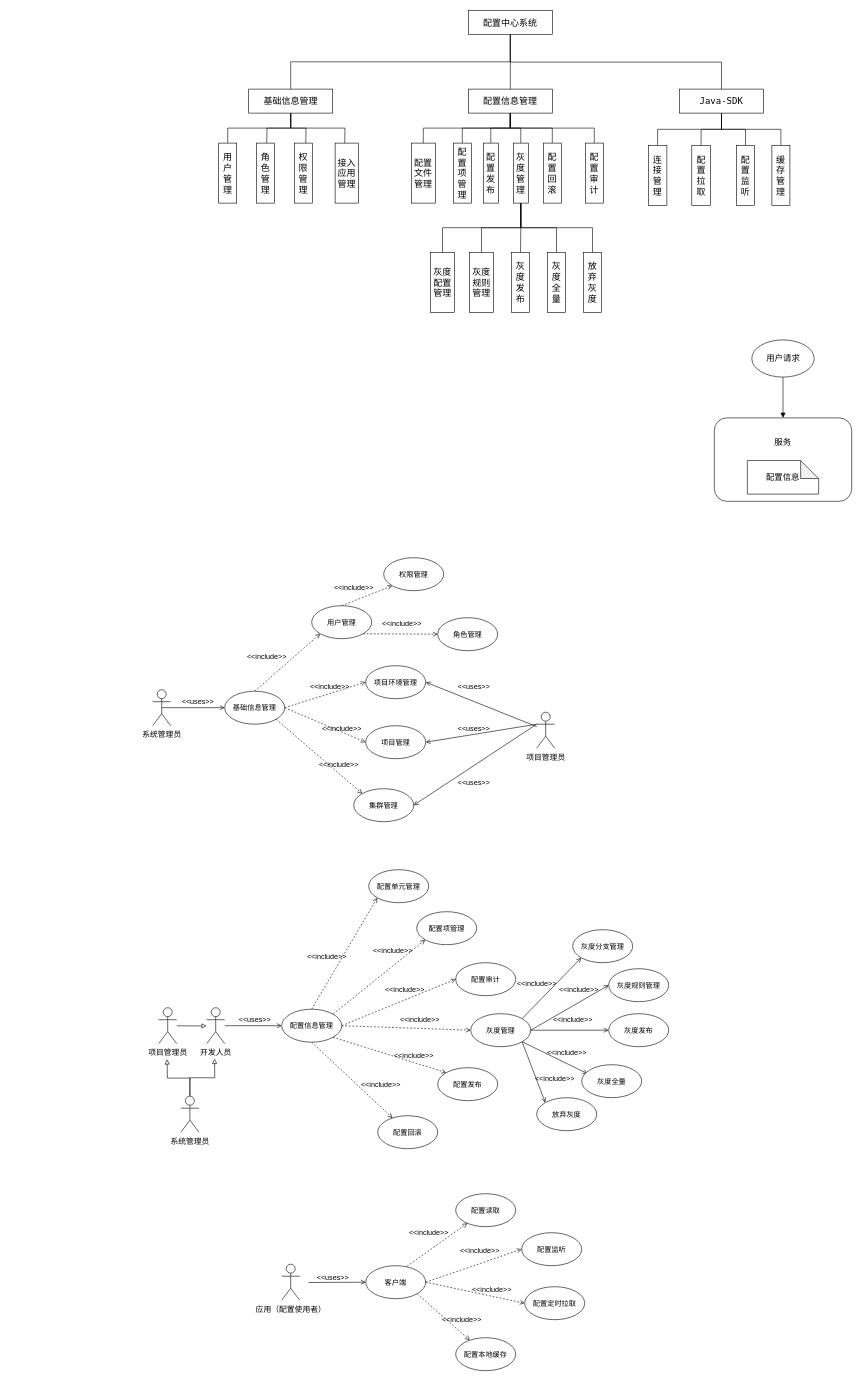
WWj5921/ConfigCenter keeps this draw.io diagram as page "用例图" (10 of 13) of Untitled Diagram.drawio. Above is the earlier version. Source tidied: cells renumbered, new cells numbered last; positions are measured from the earlier drawing's top-left corner, leaving out a move shared by most shapes. Both pictures are drawn from the tidied source at 60%, with x=0, y=0 at pixel (152, 10).
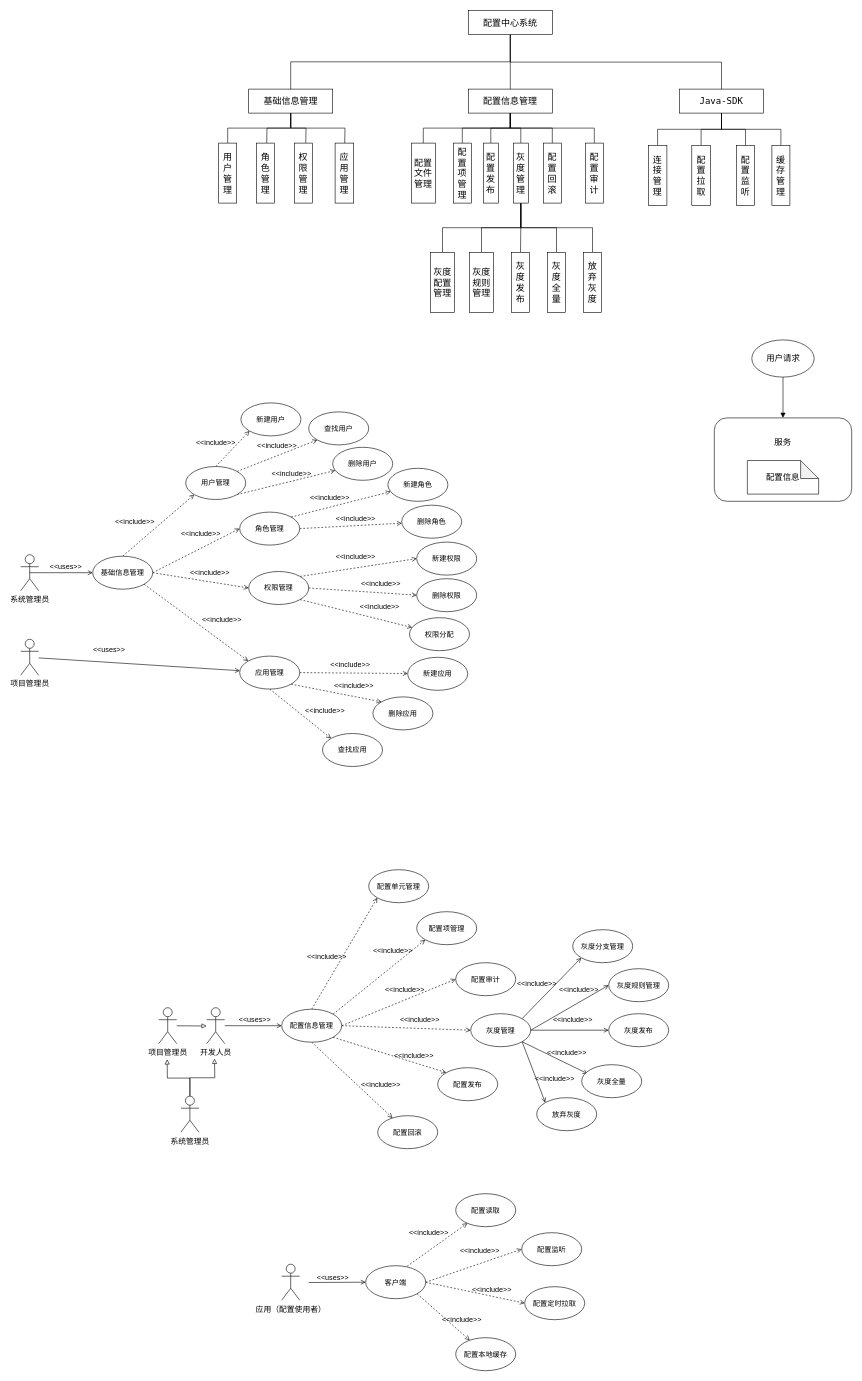
After the change.

Change to the diagram source:
```diff
@@
     <mxCell id="3" value="系统管理员" style="shape=umlActor;verticalLabelPosition=bottom;verticalAlign=top;html=1;fontSize=13;fontColor=#000000;" parent="1" vertex="1">
-      <mxGeometry y="1132" width="30" height="60" as="geometry" />
+      <mxGeometry x="-220" y="907" width="30" height="60" as="geometry" />
     </mxCell>
@@
     <mxCell id="8" value="基础信息管理" style="ellipse;whiteSpace=wrap;html=1;" parent="1" vertex="1">
-      <mxGeometry x="120" y="1134.5" width="100" height="55" as="geometry" />
+      <mxGeometry x="-100" y="909.5" width="100" height="55" as="geometry" />
     </mxCell>
     <mxCell id="9" value="&amp;lt;&amp;lt;uses&amp;gt;&amp;gt;" style="text;html=1;align=center;verticalAlign=middle;strokeColor=none;fillColor=none;" parent="1" vertex="1">
-      <mxGeometry x="40" y="1142" width="70" height="20" as="geometry" />
+      <mxGeometry x="-180" y="917" width="70" height="20" as="geometry" />
     </mxCell>
@@
+    <mxCell id="139" style="edgeStyle=none;rounded=0;jettySize=auto;html=1;exitX=1;exitY=0;exitDx=0;exitDy=0;entryX=0;entryY=1;entryDx=0;entryDy=0;dashed=1;fontSize=17;startArrow=none;startFill=0;endArrow=open;endFill=0;endSize=6;strokeWidth=1;" parent="1" edge="1" source="12" target="154">
+      <mxGeometry relative="1" as="geometry" />
+    </mxCell>
     <mxCell id="12" value="用户管理" style="ellipse;whiteSpace=wrap;html=1;" parent="1" vertex="1">
-      <mxGeometry x="265" y="992" width="100" height="55" as="geometry" />
+      <mxGeometry x="55" y="760" width="100" height="55" as="geometry" />
     </mxCell>
+    <mxCell id="140" style="edgeStyle=none;rounded=0;jettySize=auto;html=1;exitX=1;exitY=0.5;exitDx=0;exitDy=0;dashed=1;fontSize=17;startArrow=none;startFill=0;endArrow=open;endFill=0;endSize=6;strokeWidth=1;" parent="1" edge="1" source="13" target="160">
+      <mxGeometry relative="1" as="geometry" />
+    </mxCell>
+    <mxCell id="141" style="edgeStyle=none;rounded=0;jettySize=auto;html=1;exitX=1;exitY=1;exitDx=0;exitDy=0;entryX=0;entryY=0;entryDx=0;entryDy=0;dashed=1;fontSize=17;startArrow=none;startFill=0;endArrow=open;endFill=0;endSize=6;strokeWidth=1;" parent="1" edge="1" source="13" target="161">
+      <mxGeometry relative="1" as="geometry" />
+    </mxCell>
+    <mxCell id="142" style="edgeStyle=none;rounded=0;jettySize=auto;html=1;exitX=0.5;exitY=1;exitDx=0;exitDy=0;entryX=0;entryY=0;entryDx=0;entryDy=0;dashed=1;fontSize=17;startArrow=none;startFill=0;endArrow=open;endFill=0;endSize=6;strokeWidth=1;" parent="1" edge="1" source="13" target="162">
+      <mxGeometry relative="1" as="geometry" />
+    </mxCell>
-    <mxCell id="13" value="集群管理" style="ellipse;whiteSpace=wrap;html=1;" parent="1" vertex="1">
-      <mxGeometry x="335" y="1297" width="100" height="55" as="geometry" />
+    <mxCell id="13" value="应用管理" style="ellipse;whiteSpace=wrap;html=1;" parent="1" vertex="1">
+      <mxGeometry x="145" y="1076" width="100" height="55" as="geometry" />
     </mxCell>
+    <mxCell id="143" style="edgeStyle=none;rounded=0;jettySize=auto;html=1;exitX=1;exitY=0;exitDx=0;exitDy=0;entryX=0;entryY=0.5;entryDx=0;entryDy=0;dashed=1;fontSize=17;startArrow=none;startFill=0;endArrow=open;endFill=0;endSize=6;strokeWidth=1;" parent="1" edge="1" source="14" target="152">
+      <mxGeometry relative="1" as="geometry" />
+    </mxCell>
+    <mxCell id="144" style="edgeStyle=none;rounded=0;jettySize=auto;html=1;exitX=1;exitY=0.5;exitDx=0;exitDy=0;entryX=0;entryY=0.5;entryDx=0;entryDy=0;dashed=1;fontSize=17;startArrow=none;startFill=0;endArrow=open;endFill=0;endSize=6;strokeWidth=1;" parent="1" edge="1" source="14" target="153">
+      <mxGeometry relative="1" as="geometry" />
+    </mxCell>
+    <mxCell id="145" style="edgeStyle=none;rounded=0;jettySize=auto;html=1;exitX=1;exitY=1;exitDx=0;exitDy=0;dashed=1;fontSize=17;startArrow=none;startFill=0;endArrow=open;endFill=0;endSize=6;strokeWidth=1;" parent="1" edge="1" source="14" target="156">
+      <mxGeometry relative="1" as="geometry" />
+    </mxCell>
-    <mxCell id="14" value="项目管理" style="ellipse;whiteSpace=wrap;html=1;" parent="1" vertex="1">
-      <mxGeometry x="355" y="1192" width="100" height="55" as="geometry" />
+    <mxCell id="14" value="权限管理" style="ellipse;whiteSpace=wrap;html=1;" parent="1" vertex="1">
+      <mxGeometry x="160" y="935" width="100" height="55" as="geometry" />
     </mxCell>
+    <mxCell id="146" style="edgeStyle=none;rounded=0;jettySize=auto;html=1;exitX=1;exitY=0;exitDx=0;exitDy=0;fontSize=17;startArrow=none;startFill=0;endArrow=open;endFill=0;endSize=6;strokeWidth=1;dashed=1;" parent="1" edge="1" source="15" target="148">
+      <mxGeometry relative="1" as="geometry" />
+    </mxCell>
+    <mxCell id="147" style="edgeStyle=none;rounded=0;jettySize=auto;html=1;exitX=1;exitY=0.5;exitDx=0;exitDy=0;dashed=1;fontSize=17;startArrow=none;startFill=0;endArrow=open;endFill=0;endSize=6;strokeWidth=1;" parent="1" edge="1" source="15" target="149">
+      <mxGeometry relative="1" as="geometry" />
+    </mxCell>
-    <mxCell id="15" value="项目环境管理" style="ellipse;whiteSpace=wrap;html=1;" parent="1" vertex="1">
-      <mxGeometry x="355" y="1092" width="100" height="55" as="geometry" />
+    <mxCell id="15" value="角色管理" style="ellipse;whiteSpace=wrap;html=1;" parent="1" vertex="1">
+      <mxGeometry x="145" y="836" width="100" height="55" as="geometry" />
     </mxCell>
-    <mxCell id="16" value="角色管理" style="ellipse;whiteSpace=wrap;html=1;" parent="1" vertex="1">
-      <mxGeometry x="475" y="1012" width="100" height="55" as="geometry" />
+    <mxCell id="16" value="删除用户" style="ellipse;whiteSpace=wrap;html=1;" parent="1" vertex="1">
+      <mxGeometry x="300" y="728" width="100" height="55" as="geometry" />
     </mxCell>
-    <mxCell id="17" value="权限管理" style="ellipse;whiteSpace=wrap;html=1;" parent="1" vertex="1">
-      <mxGeometry x="385" y="912" width="100" height="55" as="geometry" />
+    <mxCell id="17" value="新建用户" style="ellipse;whiteSpace=wrap;html=1;" parent="1" vertex="1">
+      <mxGeometry x="147" y="654" width="100" height="55" as="geometry" />
     </mxCell>
     <mxCell id="18" value="&amp;lt;&amp;lt;include&amp;gt;&amp;gt;" style="text;html=1;align=center;verticalAlign=middle;strokeColor=none;fillColor=none;" parent="1" vertex="1">
-      <mxGeometry x="295" y="952" width="80" height="20" as="geometry" />
+      <mxGeometry x="65" y="711" width="80" height="20" as="geometry" />
     </mxCell>
     <mxCell id="19" value="&amp;lt;&amp;lt;include&amp;gt;&amp;gt;" style="text;html=1;align=center;verticalAlign=middle;strokeColor=none;fillColor=none;" parent="1" vertex="1">
-      <mxGeometry x="375" y="1012" width="80" height="20" as="geometry" />
+      <mxGeometry x="191" y="763" width="80" height="20" as="geometry" />
     </mxCell>
     <mxCell id="20" value="&amp;lt;&amp;lt;include&amp;gt;&amp;gt;" style="text;html=1;align=center;verticalAlign=middle;strokeColor=none;fillColor=none;" parent="1" vertex="1">
-      <mxGeometry x="255" y="1117" width="80" height="20" as="geometry" />
+      <mxGeometry x="40" y="862" width="80" height="20" as="geometry" />
     </mxCell>
     <mxCell id="21" value="&amp;lt;&amp;lt;include&amp;gt;&amp;gt;" style="text;html=1;align=center;verticalAlign=middle;strokeColor=none;fillColor=none;" parent="1" vertex="1">
-      <mxGeometry x="275" y="1187" width="80" height="20" as="geometry" />
+      <mxGeometry x="55" y="927" width="80" height="20" as="geometry" />
     </mxCell>
     <mxCell id="22" value="&amp;lt;&amp;lt;include&amp;gt;&amp;gt;" style="text;html=1;align=center;verticalAlign=middle;strokeColor=none;fillColor=none;" parent="1" vertex="1">
-      <mxGeometry x="270" y="1247" width="80" height="20" as="geometry" />
+      <mxGeometry x="75" y="1006" width="80" height="20" as="geometry" />
     </mxCell>
     <mxCell id="23" value="&amp;lt;&amp;lt;include&amp;gt;&amp;gt;" style="text;html=1;align=center;verticalAlign=middle;strokeColor=none;fillColor=none;" parent="1" vertex="1">
-      <mxGeometry x="150" y="1067" width="80" height="20" as="geometry" />
+      <mxGeometry x="-70" y="842" width="80" height="20" as="geometry" />
     </mxCell>
@@
-    <mxCell id="31" style="edgeStyle=none;rounded=0;jettySize=auto;html=1;entryX=1;entryY=0.5;entryDx=0;entryDy=0;endArrow=open;endFill=0;" parent="1" edge="1" source="34" target="15">
-      <mxGeometry relative="1" as="geometry" />
-    </mxCell>
-    <mxCell id="32" style="edgeStyle=none;rounded=0;jettySize=auto;html=1;exitX=0;exitY=0.3333333333333333;exitDx=0;exitDy=0;exitPerimeter=0;entryX=1;entryY=0.5;entryDx=0;entryDy=0;endArrow=open;endFill=0;" parent="1" edge="1" source="34" target="13">
+    <mxCell id="32" style="rounded=0;jettySize=auto;html=1;fontSize=17;startArrow=none;startFill=0;endArrow=open;endFill=0;endSize=6;strokeWidth=1;" parent="1" edge="1" source="34" target="13">
       <mxGeometry relative="1" as="geometry" />
     </mxCell>
-    <mxCell id="33" style="edgeStyle=none;rounded=0;jettySize=auto;html=1;exitX=0;exitY=0.3333333333333333;exitDx=0;exitDy=0;exitPerimeter=0;entryX=1;entryY=0.5;entryDx=0;entryDy=0;endArrow=open;endFill=0;" parent="1" edge="1" source="34" target="14">
-      <mxGeometry relative="1" as="geometry" />
-    </mxCell>
     <mxCell id="34" value="项目管理员" style="shape=umlActor;verticalLabelPosition=bottom;verticalAlign=top;html=1;fontSize=13;fontColor=#000000;" parent="1" vertex="1">
-      <mxGeometry x="640" y="1169.5" width="30" height="60" as="geometry" />
+      <mxGeometry x="-220" y="1048" width="30" height="60" as="geometry" />
     </mxCell>
     <mxCell id="35" value="&amp;lt;&amp;lt;uses&amp;gt;&amp;gt;" style="text;html=1;align=center;verticalAlign=middle;strokeColor=none;fillColor=none;" parent="1" vertex="1">
-      <mxGeometry x="500" y="1277" width="70" height="20" as="geometry" />
+      <mxGeometry x="-108" y="1056" width="70" height="20" as="geometry" />
     </mxCell>
-    <mxCell id="36" value="&amp;lt;&amp;lt;uses&amp;gt;&amp;gt;" style="text;html=1;align=center;verticalAlign=middle;strokeColor=none;fillColor=none;" parent="1" vertex="1">
-      <mxGeometry x="500" y="1187" width="70" height="20" as="geometry" />
-    </mxCell>
-    <mxCell id="37" value="&amp;lt;&amp;lt;uses&amp;gt;&amp;gt;" style="text;html=1;align=center;verticalAlign=middle;strokeColor=none;fillColor=none;" parent="1" vertex="1">
-      <mxGeometry x="500" y="1117" width="70" height="20" as="geometry" />
-    </mxCell>
@@
-    <mxCell id="97" value="接入应用管理" style="rounded=0;whiteSpace=wrap;html=1;fontSize=15;fontColor=#000000;fontFamily=Lucida Console;" parent="1" vertex="1">
-      <mxGeometry x="304" y="221" width="39" height="100" as="geometry" />
+    <mxCell id="97" value="应用管理" style="rounded=0;whiteSpace=wrap;html=1;fontSize=15;fontColor=#000000;fontFamily=Lucida Console;" parent="1" vertex="1">
+      <mxGeometry x="304" y="221" width="31" height="100" as="geometry" />
     </mxCell>
@@
+    <mxCell id="148" value="新建角色" style="ellipse;whiteSpace=wrap;html=1;" parent="1" vertex="1">
+      <mxGeometry x="392" y="763" width="100" height="55" as="geometry" />
+    </mxCell>
+    <mxCell id="149" value="删除角色" style="ellipse;whiteSpace=wrap;html=1;" parent="1" vertex="1">
+      <mxGeometry x="415" y="824.5" width="100" height="55" as="geometry" />
+    </mxCell>
+    <mxCell id="150" value="&amp;lt;&amp;lt;include&amp;gt;&amp;gt;" style="text;html=1;align=center;verticalAlign=middle;strokeColor=none;fillColor=none;" parent="1" vertex="1">
+      <mxGeometry x="255" y="802" width="80" height="20" as="geometry" />
+    </mxCell>
+    <mxCell id="151" value="&amp;lt;&amp;lt;include&amp;gt;&amp;gt;" style="text;html=1;align=center;verticalAlign=middle;strokeColor=none;fillColor=none;" parent="1" vertex="1">
+      <mxGeometry x="298" y="838" width="80" height="20" as="geometry" />
+    </mxCell>
+    <mxCell id="152" value="新建权限" style="ellipse;whiteSpace=wrap;html=1;" parent="1" vertex="1">
+      <mxGeometry x="440" y="886" width="100" height="55" as="geometry" />
+    </mxCell>
+    <mxCell id="153" value="删除权限" style="ellipse;whiteSpace=wrap;html=1;" parent="1" vertex="1">
+      <mxGeometry x="440" y="947" width="100" height="55" as="geometry" />
+    </mxCell>
+    <mxCell id="154" value="查找用户" style="ellipse;whiteSpace=wrap;html=1;" parent="1" vertex="1">
+      <mxGeometry x="260" y="669" width="100" height="55" as="geometry" />
+    </mxCell>
+    <mxCell id="155" value="&amp;lt;&amp;lt;include&amp;gt;&amp;gt;" style="text;html=1;align=center;verticalAlign=middle;strokeColor=none;fillColor=none;" parent="1" vertex="1">
+      <mxGeometry x="167" y="716" width="80" height="20" as="geometry" />
+    </mxCell>
+    <mxCell id="156" value="权限分配" style="ellipse;whiteSpace=wrap;html=1;" parent="1" vertex="1">
+      <mxGeometry x="428" y="1012" width="100" height="55" as="geometry" />
+    </mxCell>
+    <mxCell id="157" value="&amp;lt;&amp;lt;include&amp;gt;&amp;gt;" style="text;html=1;align=center;verticalAlign=middle;strokeColor=none;fillColor=none;" parent="1" vertex="1">
+      <mxGeometry x="298" y="900" width="80" height="20" as="geometry" />
+    </mxCell>
+    <mxCell id="158" value="&amp;lt;&amp;lt;include&amp;gt;&amp;gt;" style="text;html=1;align=center;verticalAlign=middle;strokeColor=none;fillColor=none;" parent="1" vertex="1">
+      <mxGeometry x="340" y="944.5" width="80" height="20" as="geometry" />
+    </mxCell>
+    <mxCell id="159" value="&amp;lt;&amp;lt;include&amp;gt;&amp;gt;" style="text;html=1;align=center;verticalAlign=middle;strokeColor=none;fillColor=none;" parent="1" vertex="1">
+      <mxGeometry x="338" y="984" width="80" height="20" as="geometry" />
+    </mxCell>
+    <mxCell id="160" value="新建应用" style="ellipse;whiteSpace=wrap;html=1;" parent="1" vertex="1">
+      <mxGeometry x="425" y="1078" width="100" height="55" as="geometry" />
+    </mxCell>
+    <mxCell id="161" value="删除应用" style="ellipse;whiteSpace=wrap;html=1;" parent="1" vertex="1">
+      <mxGeometry x="367" y="1144" width="100" height="55" as="geometry" />
+    </mxCell>
+    <mxCell id="162" value="查找应用" style="ellipse;whiteSpace=wrap;html=1;" parent="1" vertex="1">
+      <mxGeometry x="283" y="1205" width="100" height="55" as="geometry" />
+    </mxCell>
+    <mxCell id="163" value="&amp;lt;&amp;lt;include&amp;gt;&amp;gt;" style="text;html=1;align=center;verticalAlign=middle;strokeColor=none;fillColor=none;" parent="1" vertex="1">
+      <mxGeometry x="289" y="1081" width="80" height="20" as="geometry" />
+    </mxCell>
+    <mxCell id="164" value="&amp;lt;&amp;lt;include&amp;gt;&amp;gt;" style="text;html=1;align=center;verticalAlign=middle;strokeColor=none;fillColor=none;" parent="1" vertex="1">
+      <mxGeometry x="295" y="1116" width="80" height="20" as="geometry" />
+    </mxCell>
+    <mxCell id="165" value="&amp;lt;&amp;lt;include&amp;gt;&amp;gt;" style="text;html=1;align=center;verticalAlign=middle;strokeColor=none;fillColor=none;" parent="1" vertex="1">
+      <mxGeometry x="247" y="1157" width="80" height="20" as="geometry" />
+    </mxCell>
```
